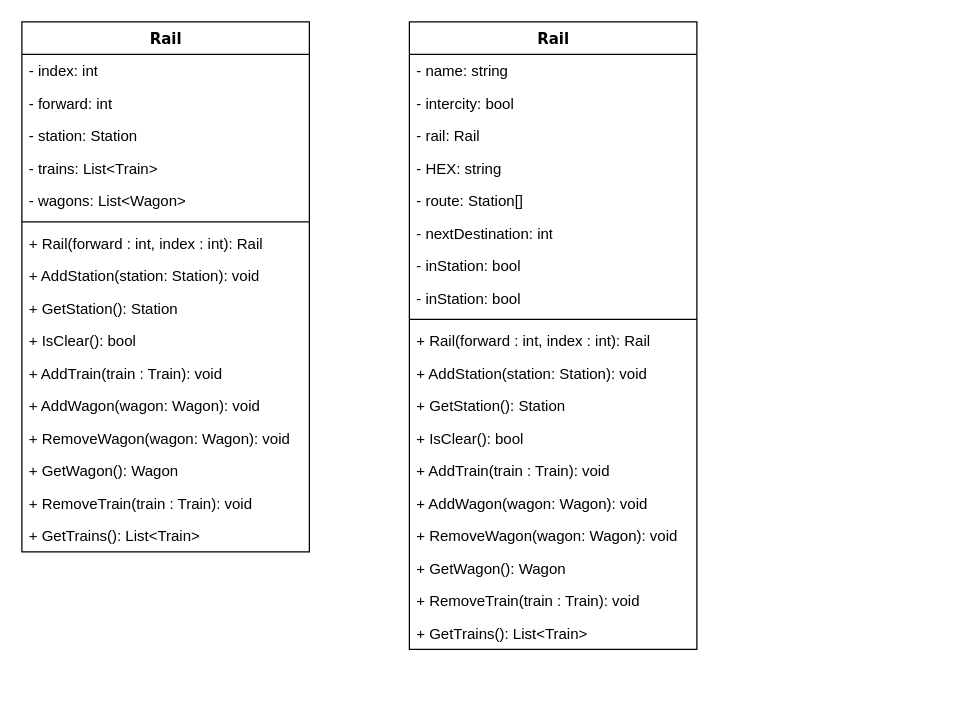
Earlier version of the draw.io diagram ClassDiagram.drawio (LuukdeKinderen/S1Proftaak2). Source tidied: cells renumbered, new cells numbered last; positions are measured from the earlier drawing's top-left corner, leaving out a move shared by most shapes. Both pictures are drawn from the tidied source at 125%, with x=0, y=0 at pixel (21, 21).
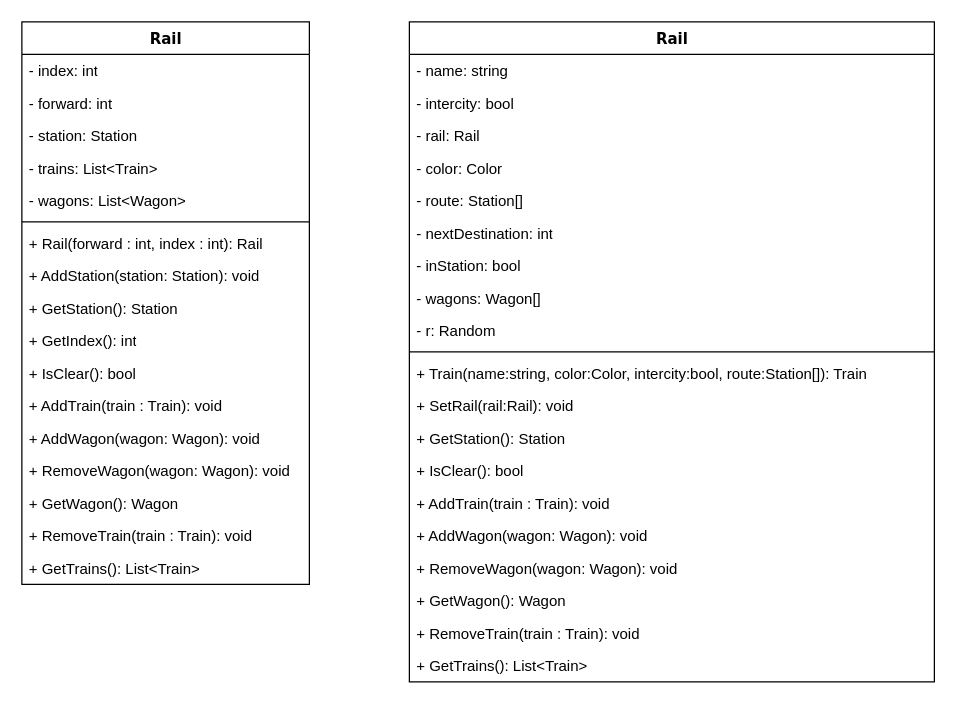
The same page after the edit.

The edit, as a diff of the source:
```diff
@@
     <mxCell id="2" value="Rail" style="swimlane;html=1;fontStyle=1;align=center;verticalAlign=top;horizontal=1;startSize=26;swimlaneFillColor=#ffffff;rounded=0;shadow=0;comic=0;labelBackgroundColor=none;strokeWidth=1;fillColor=none;fontFamily=Verdana;fontSize=12;" parent="1" vertex="1">
-      <mxGeometry width="230" height="424" as="geometry" />
+      <mxGeometry width="230" height="450" as="geometry" />
     </mxCell>
@@
+    <mxCell id="39" value="+ GetIndex(): int" style="text;html=1;strokeColor=none;fillColor=none;align=left;verticalAlign=top;spacingLeft=4;spacingRight=4;whiteSpace=wrap;overflow=hidden;" parent="2" vertex="1">
+      <mxGeometry y="242" width="230" height="26" as="geometry" />
+    </mxCell>
     <mxCell id="12" value="+ IsClear(): bool" style="text;html=1;strokeColor=none;fillColor=none;align=left;verticalAlign=top;spacingLeft=4;spacingRight=4;whiteSpace=wrap;overflow=hidden;" parent="2" vertex="1">
-      <mxGeometry y="242" width="230" height="26" as="geometry" />
+      <mxGeometry y="268" width="230" height="26" as="geometry" />
     </mxCell>
     <mxCell id="13" value="+ AddTrain(train : Train): void" style="text;html=1;strokeColor=none;fillColor=none;align=left;verticalAlign=top;spacingLeft=4;spacingRight=4;whiteSpace=wrap;overflow=hidden;" parent="2" vertex="1">
-      <mxGeometry y="268" width="230" height="26" as="geometry" />
+      <mxGeometry y="294" width="230" height="26" as="geometry" />
     </mxCell>
     <mxCell id="14" value="+ AddWagon(wagon: Wagon): void" style="text;html=1;strokeColor=none;fillColor=none;align=left;verticalAlign=top;spacingLeft=4;spacingRight=4;whiteSpace=wrap;overflow=hidden;" parent="2" vertex="1">
-      <mxGeometry y="294" width="230" height="26" as="geometry" />
+      <mxGeometry y="320" width="230" height="26" as="geometry" />
     </mxCell>
     <mxCell id="15" value="+ RemoveWagon(wagon: Wagon): void" style="text;html=1;strokeColor=none;fillColor=none;align=left;verticalAlign=top;spacingLeft=4;spacingRight=4;whiteSpace=wrap;overflow=hidden;" parent="2" vertex="1">
-      <mxGeometry y="320" width="230" height="26" as="geometry" />
+      <mxGeometry y="346" width="230" height="26" as="geometry" />
     </mxCell>
     <mxCell id="16" value="+ GetWagon(): Wagon" style="text;html=1;strokeColor=none;fillColor=none;align=left;verticalAlign=top;spacingLeft=4;spacingRight=4;whiteSpace=wrap;overflow=hidden;" parent="2" vertex="1">
-      <mxGeometry y="346" width="230" height="26" as="geometry" />
+      <mxGeometry y="372" width="230" height="26" as="geometry" />
     </mxCell>
     <mxCell id="17" value="+ RemoveTrain(train : Train): void" style="text;html=1;strokeColor=none;fillColor=none;align=left;verticalAlign=top;spacingLeft=4;spacingRight=4;whiteSpace=wrap;overflow=hidden;" parent="2" vertex="1">
-      <mxGeometry y="372" width="230" height="26" as="geometry" />
+      <mxGeometry y="398" width="230" height="26" as="geometry" />
     </mxCell>
     <mxCell id="18" value="+ GetTrains(): List&amp;lt;Train&amp;gt;" style="text;html=1;strokeColor=none;fillColor=none;align=left;verticalAlign=top;spacingLeft=4;spacingRight=4;whiteSpace=wrap;overflow=hidden;" parent="2" vertex="1">
-      <mxGeometry y="398" width="230" height="26" as="geometry" />
+      <mxGeometry y="424" width="230" height="26" as="geometry" />
     </mxCell>
     <mxCell id="19" value="Rail" style="swimlane;html=1;fontStyle=1;align=center;verticalAlign=top;horizontal=1;startSize=26;swimlaneFillColor=#ffffff;rounded=0;shadow=0;comic=0;labelBackgroundColor=none;strokeWidth=1;fillColor=none;fontFamily=Verdana;fontSize=12;" parent="1" vertex="1">
-      <mxGeometry x="310" width="230" height="502" as="geometry" />
+      <mxGeometry x="310" width="420" height="528" as="geometry" />
     </mxCell>
     <mxCell id="20" value="- name: string" style="text;html=1;strokeColor=none;fillColor=none;align=left;verticalAlign=top;spacingLeft=4;spacingRight=4;whiteSpace=wrap;overflow=hidden;" parent="19" vertex="1">
-      <mxGeometry y="26" width="230" height="26" as="geometry" />
+      <mxGeometry y="26" width="420" height="26" as="geometry" />
     </mxCell>
     <mxCell id="21" value="- intercity: bool" style="text;html=1;strokeColor=none;fillColor=none;align=left;verticalAlign=top;spacingLeft=4;spacingRight=4;whiteSpace=wrap;overflow=hidden;" parent="19" vertex="1">
-      <mxGeometry y="52" width="230" height="26" as="geometry" />
+      <mxGeometry y="52" width="420" height="26" as="geometry" />
     </mxCell>
     <mxCell id="22" value="- rail: Rail" style="text;html=1;strokeColor=none;fillColor=none;align=left;verticalAlign=top;spacingLeft=4;spacingRight=4;whiteSpace=wrap;overflow=hidden;" parent="19" vertex="1">
-      <mxGeometry y="78" width="230" height="26" as="geometry" />
+      <mxGeometry y="78" width="420" height="26" as="geometry" />
     </mxCell>
-    <mxCell id="23" value="- HEX: string" style="text;html=1;strokeColor=none;fillColor=none;align=left;verticalAlign=top;spacingLeft=4;spacingRight=4;whiteSpace=wrap;overflow=hidden;" parent="19" vertex="1">
-      <mxGeometry y="104" width="230" height="26" as="geometry" />
+    <mxCell id="23" value="- color: Color" style="text;html=1;strokeColor=none;fillColor=none;align=left;verticalAlign=top;spacingLeft=4;spacingRight=4;whiteSpace=wrap;overflow=hidden;" parent="19" vertex="1">
+      <mxGeometry y="104" width="420" height="26" as="geometry" />
     </mxCell>
     <mxCell id="24" value="- route: Station[]" style="text;html=1;strokeColor=none;fillColor=none;align=left;verticalAlign=top;spacingLeft=4;spacingRight=4;whiteSpace=wrap;overflow=hidden;" parent="19" vertex="1">
-      <mxGeometry y="130" width="230" height="26" as="geometry" />
+      <mxGeometry y="130" width="420" height="26" as="geometry" />
     </mxCell>
     <mxCell id="25" value="- nextDestination: int" style="text;html=1;strokeColor=none;fillColor=none;align=left;verticalAlign=top;spacingLeft=4;spacingRight=4;whiteSpace=wrap;overflow=hidden;" parent="19" vertex="1">
-      <mxGeometry y="156" width="230" height="26" as="geometry" />
+      <mxGeometry y="156" width="420" height="26" as="geometry" />
     </mxCell>
     <mxCell id="26" value="- inStation: bool" style="text;html=1;strokeColor=none;fillColor=none;align=left;verticalAlign=top;spacingLeft=4;spacingRight=4;whiteSpace=wrap;overflow=hidden;" parent="19" vertex="1">
-      <mxGeometry y="182" width="230" height="26" as="geometry" />
+      <mxGeometry y="182" width="420" height="26" as="geometry" />
     </mxCell>
-    <mxCell id="27" value="- inStation: bool" style="text;html=1;strokeColor=none;fillColor=none;align=left;verticalAlign=top;spacingLeft=4;spacingRight=4;whiteSpace=wrap;overflow=hidden;" parent="19" vertex="1">
-      <mxGeometry y="208" width="230" height="26" as="geometry" />
+    <mxCell id="27" value="- wagons: Wagon[]" style="text;html=1;strokeColor=none;fillColor=none;align=left;verticalAlign=top;spacingLeft=4;spacingRight=4;whiteSpace=wrap;overflow=hidden;" parent="19" vertex="1">
+      <mxGeometry y="208" width="420" height="26" as="geometry" />
     </mxCell>
+    <mxCell id="40" value="- r: Random" style="text;html=1;strokeColor=none;fillColor=none;align=left;verticalAlign=top;spacingLeft=4;spacingRight=4;whiteSpace=wrap;overflow=hidden;" parent="19" vertex="1">
+      <mxGeometry y="234" width="420" height="26" as="geometry" />
+    </mxCell>
     <mxCell id="28" style="line;html=1;strokeWidth=1;fillColor=none;align=left;verticalAlign=middle;spacingTop=-1;spacingLeft=3;spacingRight=3;labelPosition=right;" parent="19" vertex="1">
-      <mxGeometry y="234" width="230" height="8" as="geometry" />
+      <mxGeometry y="260" width="420" height="8" as="geometry" />
     </mxCell>
-    <mxCell id="29" value="+ Rail(forward : int, index : int): Rail" style="text;html=1;strokeColor=none;fillColor=none;align=left;verticalAlign=top;spacingLeft=4;spacingRight=4;whiteSpace=wrap;overflow=hidden;" parent="19" vertex="1">
-      <mxGeometry y="242" width="230" height="26" as="geometry" />
+    <mxCell id="29" value="+ Train(name:string, color:Color, intercity:bool, route:Station[]): Train" style="text;html=1;strokeColor=none;fillColor=none;align=left;verticalAlign=top;spacingLeft=4;spacingRight=4;whiteSpace=wrap;overflow=hidden;" parent="19" vertex="1">
+      <mxGeometry y="268" width="420" height="26" as="geometry" />
     </mxCell>
-    <mxCell id="30" value="+ AddStation(station: Station): void" style="text;html=1;strokeColor=none;fillColor=none;align=left;verticalAlign=top;spacingLeft=4;spacingRight=4;whiteSpace=wrap;overflow=hidden;" parent="19" vertex="1">
-      <mxGeometry y="268" width="230" height="26" as="geometry" />
+    <mxCell id="30" value="+ SetRail(rail:Rail): void" style="text;html=1;strokeColor=none;fillColor=none;align=left;verticalAlign=top;spacingLeft=4;spacingRight=4;whiteSpace=wrap;overflow=hidden;" parent="19" vertex="1">
+      <mxGeometry y="294" width="420" height="26" as="geometry" />
     </mxCell>
     <mxCell id="31" value="+ GetStation(): Station" style="text;html=1;strokeColor=none;fillColor=none;align=left;verticalAlign=top;spacingLeft=4;spacingRight=4;whiteSpace=wrap;overflow=hidden;" parent="19" vertex="1">
-      <mxGeometry y="294" width="230" height="26" as="geometry" />
+      <mxGeometry y="320" width="420" height="26" as="geometry" />
     </mxCell>
     <mxCell id="32" value="+ IsClear(): bool" style="text;html=1;strokeColor=none;fillColor=none;align=left;verticalAlign=top;spacingLeft=4;spacingRight=4;whiteSpace=wrap;overflow=hidden;" parent="19" vertex="1">
-      <mxGeometry y="320" width="230" height="26" as="geometry" />
+      <mxGeometry y="346" width="420" height="26" as="geometry" />
     </mxCell>
     <mxCell id="33" value="+ AddTrain(train : Train): void" style="text;html=1;strokeColor=none;fillColor=none;align=left;verticalAlign=top;spacingLeft=4;spacingRight=4;whiteSpace=wrap;overflow=hidden;" parent="19" vertex="1">
-      <mxGeometry y="346" width="230" height="26" as="geometry" />
+      <mxGeometry y="372" width="420" height="26" as="geometry" />
     </mxCell>
     <mxCell id="34" value="+ AddWagon(wagon: Wagon): void" style="text;html=1;strokeColor=none;fillColor=none;align=left;verticalAlign=top;spacingLeft=4;spacingRight=4;whiteSpace=wrap;overflow=hidden;" parent="19" vertex="1">
-      <mxGeometry y="372" width="230" height="26" as="geometry" />
+      <mxGeometry y="398" width="420" height="26" as="geometry" />
     </mxCell>
     <mxCell id="35" value="+ RemoveWagon(wagon: Wagon): void" style="text;html=1;strokeColor=none;fillColor=none;align=left;verticalAlign=top;spacingLeft=4;spacingRight=4;whiteSpace=wrap;overflow=hidden;" parent="19" vertex="1">
-      <mxGeometry y="398" width="230" height="26" as="geometry" />
+      <mxGeometry y="424" width="420" height="26" as="geometry" />
     </mxCell>
     <mxCell id="36" value="+ GetWagon(): Wagon" style="text;html=1;strokeColor=none;fillColor=none;align=left;verticalAlign=top;spacingLeft=4;spacingRight=4;whiteSpace=wrap;overflow=hidden;" parent="19" vertex="1">
-      <mxGeometry y="424" width="230" height="26" as="geometry" />
+      <mxGeometry y="450" width="420" height="26" as="geometry" />
     </mxCell>
     <mxCell id="37" value="+ RemoveTrain(train : Train): void" style="text;html=1;strokeColor=none;fillColor=none;align=left;verticalAlign=top;spacingLeft=4;spacingRight=4;whiteSpace=wrap;overflow=hidden;" parent="19" vertex="1">
-      <mxGeometry y="450" width="230" height="26" as="geometry" />
+      <mxGeometry y="476" width="420" height="26" as="geometry" />
     </mxCell>
     <mxCell id="38" value="+ GetTrains(): List&amp;lt;Train&amp;gt;" style="text;html=1;strokeColor=none;fillColor=none;align=left;verticalAlign=top;spacingLeft=4;spacingRight=4;whiteSpace=wrap;overflow=hidden;" parent="19" vertex="1">
-      <mxGeometry y="476" width="230" height="26" as="geometry" />
+      <mxGeometry y="502" width="420" height="26" as="geometry" />
     </mxCell>
```
